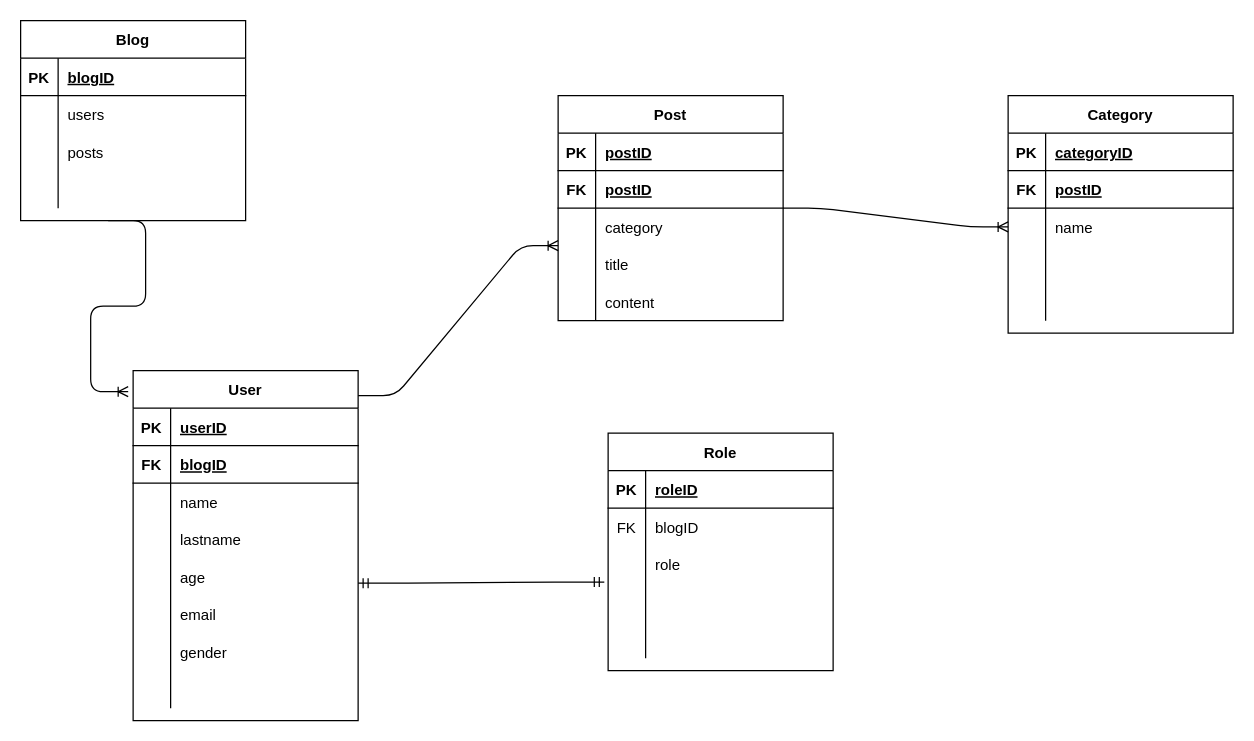
The draw.io diagram diagram.drawio in AndreaIglio/php-oop-2, before the edit. Source tidied: cells renumbered, new cells numbered last; positions are measured from the earlier drawing's top-left corner, leaving out a move shared by most shapes. Both pictures are drawn from the tidied source at 125%, with x=0, y=0 at pixel (20, 20).
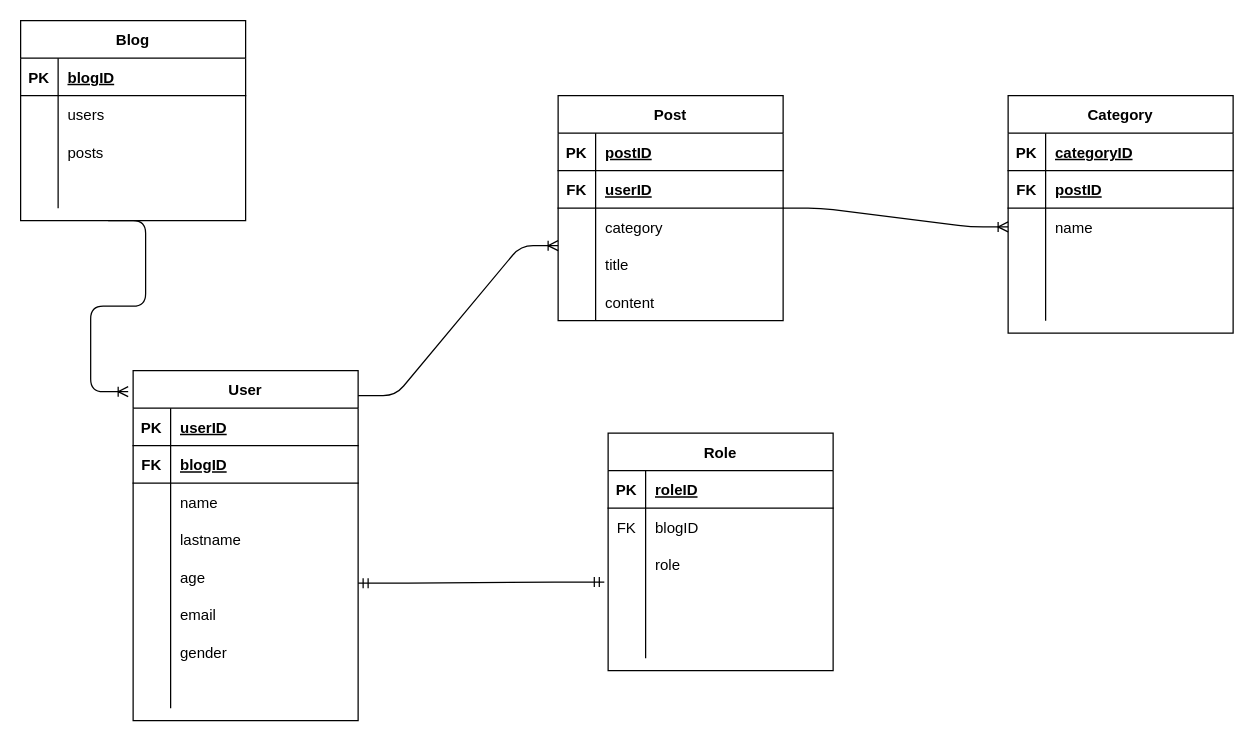
Above is the later version.

Commit message (it also covers changes not shown here):
Added an helper for our form

The change refers to these unchanged cells:
```xml
<mxCell id="62" style="shape=partialRectangle;fillColor=none;top=0;left=0;bottom=1;right=0;" parent="58" vertex="1">
  <mxGeometry y="60" width="180" height="30" as="geometry" />
</mxCell>
```

What changed in the source:
```diff
@@
-    <mxCell id="64" value="postID" style="shape=partialRectangle;fillColor=none;top=0;left=0;bottom=0;right=0;align=left;spacingLeft=6;fontStyle=5;overflow=hidden;" parent="62" vertex="1">
+    <mxCell id="64" value="userID" style="shape=partialRectangle;fillColor=none;top=0;left=0;bottom=0;right=0;align=left;spacingLeft=6;fontStyle=5;overflow=hidden;" parent="62" vertex="1">
       <mxGeometry x="30" width="150" height="30" as="geometry" />
     </mxCell>
```
